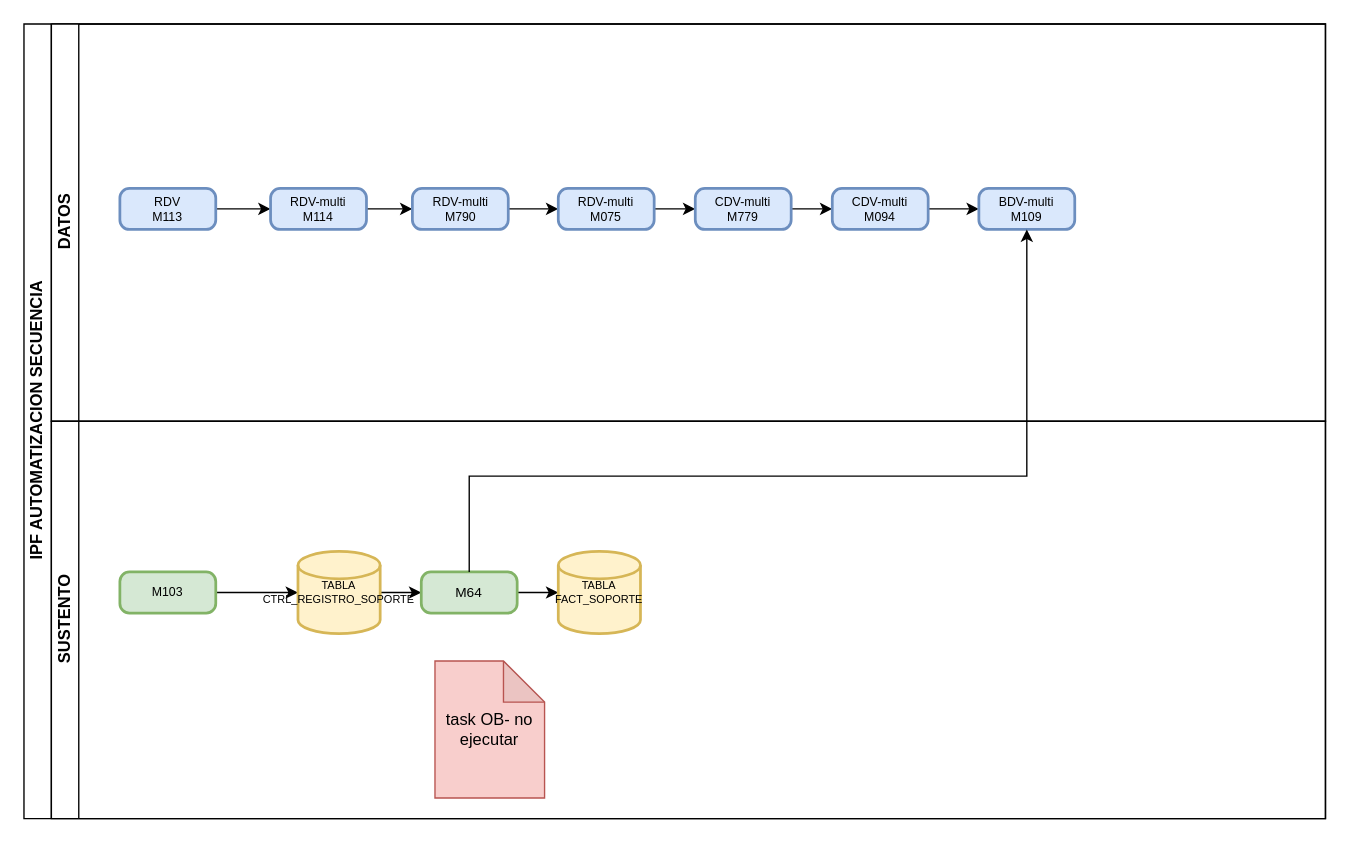
Above: IPF-automatizacion-secuencia-ejecucion.drawio in carlsromec/procesos-diagramas (draw.io), before the change. Source tidied: cells renumbered, new cells numbered last; positions are measured from the earlier drawing's top-left corner, leaving out a move shared by most shapes. Both pictures are drawn from the tidied source at 137%, with x=0, y=0 at pixel (23, 23).
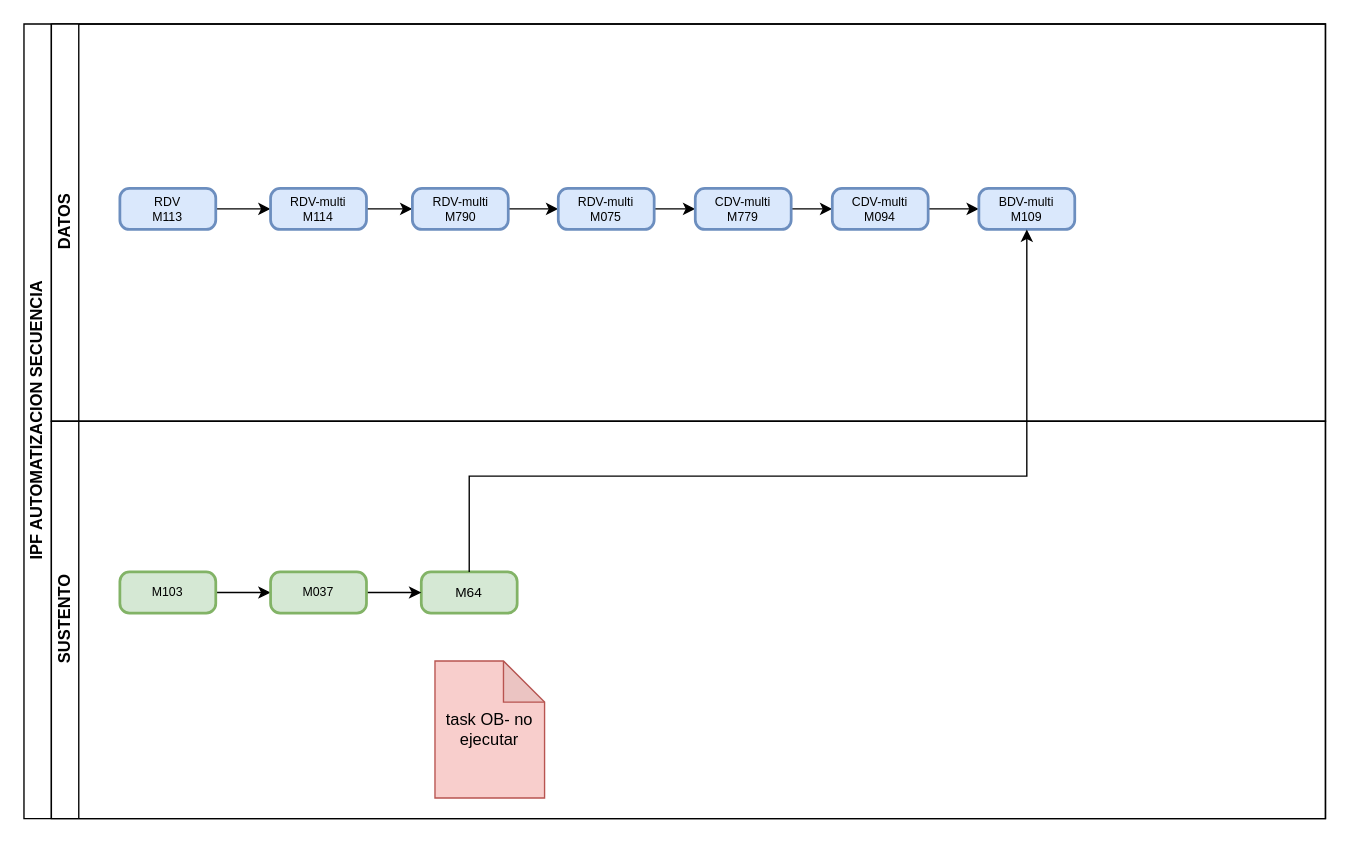
The same page after the edit.

The change refers to these unchanged cells:
```xml
<mxCell id="17" value="SUSTENTO" style="swimlane;startSize=20;horizontal=0;html=1;" parent="2" vertex="1">
  <mxGeometry x="20" y="290" width="930" height="290" as="geometry" />
</mxCell>
<mxCell id="19" value="M103" style="rounded=1;whiteSpace=wrap;html=1;absoluteArcSize=1;arcSize=14;strokeWidth=2;fontSize=9;fillColor=#d5e8d4;strokeColor=#82b366;" parent="17" vertex="1">
  <mxGeometry x="50" y="110" width="70" height="30" as="geometry" />
</mxCell>
<mxCell id="23" value="M64" style="rounded=1;whiteSpace=wrap;html=1;absoluteArcSize=1;arcSize=14;strokeWidth=2;fontSize=10;fillColor=#d5e8d4;strokeColor=#82b366;" parent="17" vertex="1">
  <mxGeometry x="270" y="110" width="70" height="30" as="geometry" />
</mxCell>
```

Diff of the diagram source:
```diff
@@
-    <mxCell id="18" style="edgeStyle=orthogonalEdgeStyle;rounded=0;jettySize=auto;html=1;" parent="17" edge="1" source="19" target="21">
-      <mxGeometry relative="1" as="geometry" />
-    </mxCell>
+    <mxCell id="27" style="edgeStyle=orthogonalEdgeStyle;rounded=0;jettySize=auto;html=1;" parent="17" edge="1" source="19" target="29">
+      <mxGeometry relative="1" as="geometry" />
+    </mxCell>
@@
-    <mxCell id="20" style="edgeStyle=orthogonalEdgeStyle;rounded=0;jettySize=auto;html=1;" parent="17" edge="1" source="21" target="23">
-      <mxGeometry relative="1" as="geometry" />
-    </mxCell>
-    <mxCell id="21" value="TABLA&lt;br style=&quot;font-size: 8px;&quot;&gt;CTRL_REGISTRO_SOPORTE" style="strokeWidth=2;html=1;shape=mxgraph.flowchart.database;whiteSpace=wrap;fontSize=8;fillColor=#fff2cc;strokeColor=#d6b656;" parent="17" vertex="1">
-      <mxGeometry x="180" y="95" width="60" height="60" as="geometry" />
-    </mxCell>
-    <mxCell id="22" style="edgeStyle=orthogonalEdgeStyle;rounded=0;jettySize=auto;html=1;" parent="17" edge="1" source="23" target="24">
-      <mxGeometry relative="1" as="geometry" />
-    </mxCell>
@@
-    <mxCell id="24" value="TABLA&lt;br&gt;FACT_SOPORTE" style="strokeWidth=2;html=1;shape=mxgraph.flowchart.database;whiteSpace=wrap;fontSize=8;fillColor=#fff2cc;strokeColor=#d6b656;" parent="17" vertex="1">
-      <mxGeometry x="370" y="95" width="60" height="60" as="geometry" />
-    </mxCell>
@@
+    <mxCell id="28" style="edgeStyle=orthogonalEdgeStyle;rounded=0;jettySize=auto;html=1;" parent="17" edge="1" source="29" target="23">
+      <mxGeometry relative="1" as="geometry" />
+    </mxCell>
+    <mxCell id="29" value="M037" style="rounded=1;whiteSpace=wrap;html=1;absoluteArcSize=1;arcSize=14;strokeWidth=2;fontSize=9;fillColor=#d5e8d4;strokeColor=#82b366;" parent="17" vertex="1">
+      <mxGeometry x="160" y="110" width="70" height="30" as="geometry" />
+    </mxCell>
```
